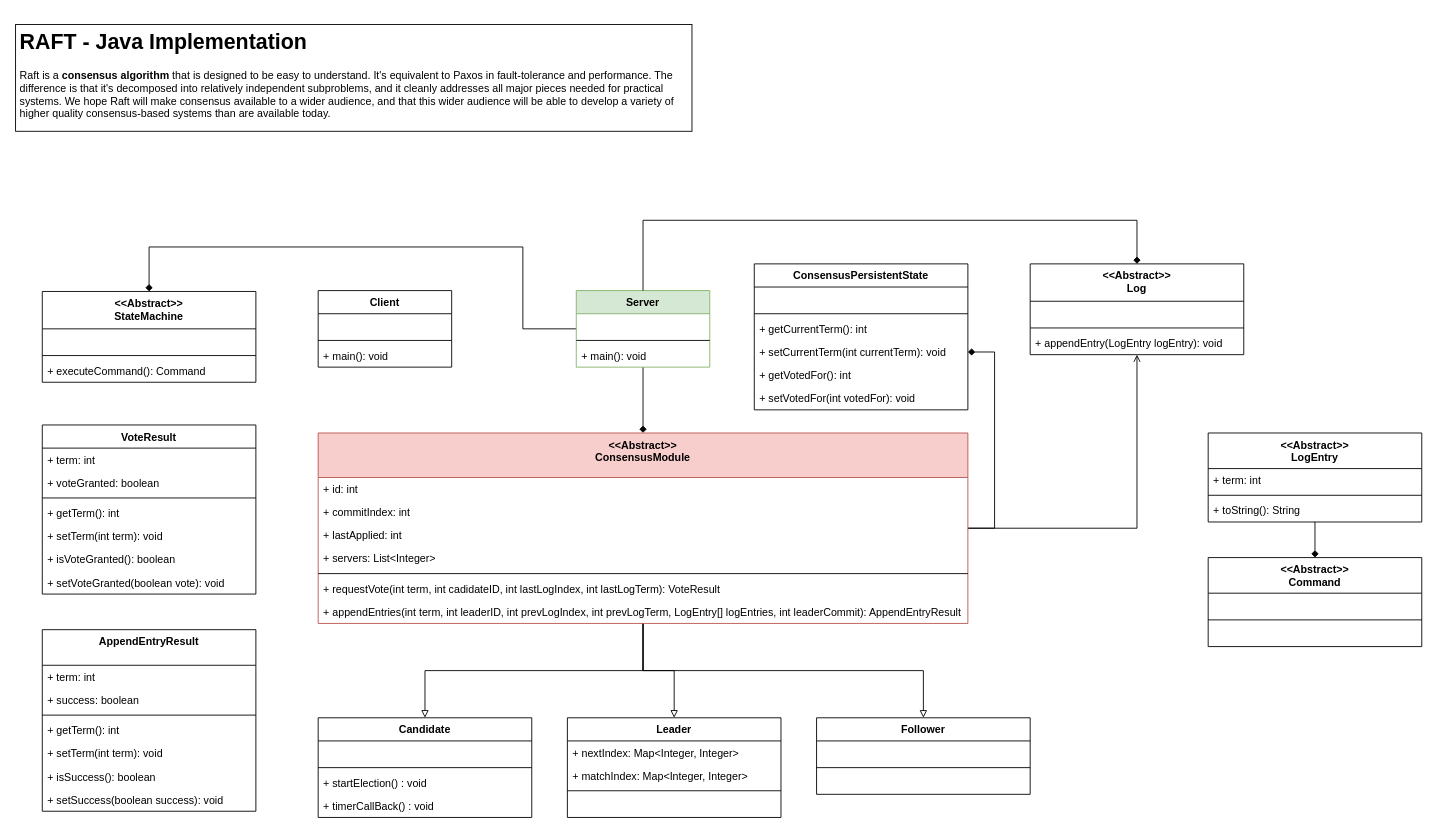
This is Notes/RAFT - Java.drawio from GiovanniBaccichet/RAFT, a draw.io file, before an edit. Source tidied: cells renumbered, new cells numbered last; positions are measured from the earlier drawing's top-left corner, leaving out a move shared by most shapes. Both pictures are drawn from the tidied source at 89%, with x=0, y=0 at pixel (15, 24).
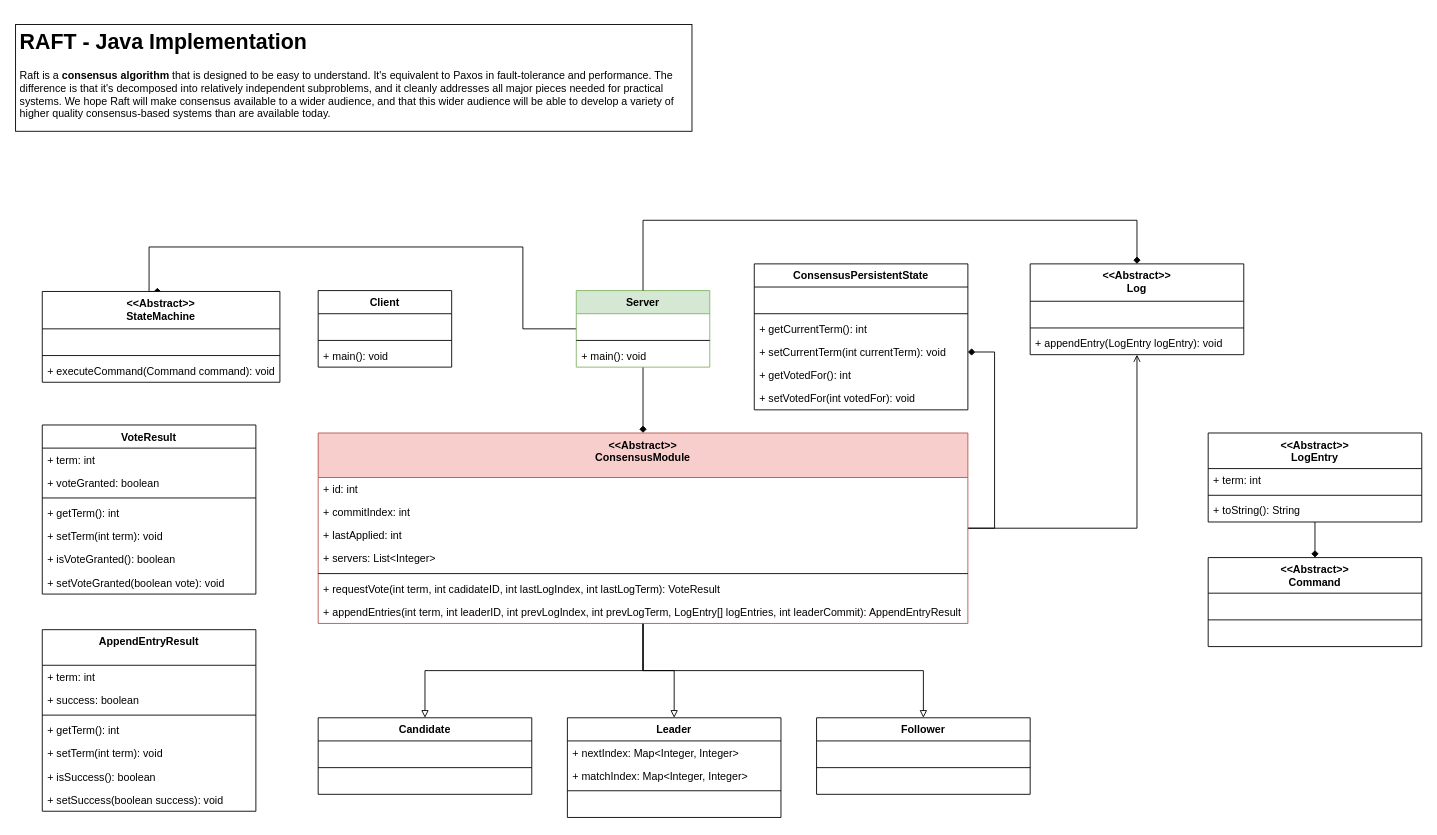
After the change.

Commit message (it also covers changes not shown here):
Final skeleton + updated UML diagram

Change to the diagram source:
```diff
@@
     <mxCell id="2" value="Candidate" style="swimlane;fontStyle=1;align=center;verticalAlign=top;horizontal=1;startSize=26;" parent="1" vertex="1">
-      <mxGeometry x="340" y="779" width="240" height="112" as="geometry" />
+      <mxGeometry x="340" y="779" width="240" height="86" as="geometry" />
     </mxCell>
@@
-    <mxCell id="5" value="+ startElection() : void" style="text;strokeColor=none;fillColor=none;align=left;verticalAlign=top;spacingLeft=4;spacingRight=4;overflow=hidden;" parent="2" vertex="1">
+    <mxCell id="5" value=" " style="text;strokeColor=none;fillColor=none;align=left;verticalAlign=top;spacingLeft=4;spacingRight=4;overflow=hidden;" parent="2" vertex="1">
       <mxGeometry y="60" width="240" height="26" as="geometry" />
     </mxCell>
-    <mxCell id="6" value="+ timerCallBack() : void" style="text;strokeColor=none;fillColor=none;align=left;verticalAlign=top;spacingLeft=4;spacingRight=4;overflow=hidden;" parent="2" vertex="1">
-      <mxGeometry y="86" width="240" height="26" as="geometry" />
-    </mxCell>
@@
     <mxCell id="77" value="&lt;&lt;Abstract&gt;&gt;&#10;StateMachine" style="swimlane;fontStyle=1;align=center;verticalAlign=top;horizontal=1;startSize=42;labelBackgroundColor=none;fontFamily=Helvetica;fontSize=12;fontColor=#000000;strokeColor=default;" parent="1" vertex="1">
-      <mxGeometry x="30" y="300" width="240" height="102" as="geometry" />
+      <mxGeometry x="30" y="300" width="267" height="102" as="geometry" />
     </mxCell>
     <mxCell id="78" value=" " style="text;strokeColor=none;fillColor=none;align=left;verticalAlign=top;spacingLeft=4;spacingRight=4;overflow=hidden;labelBackgroundColor=none;fontFamily=Helvetica;fontSize=12;fontColor=#000000;" parent="77" vertex="1">
-      <mxGeometry y="42" width="240" height="26" as="geometry" />
+      <mxGeometry y="42" width="267" height="26" as="geometry" />
     </mxCell>
     <mxCell id="79" style="line;strokeWidth=1;fillColor=none;align=left;verticalAlign=middle;spacingTop=-1;spacingLeft=3;spacingRight=3;labelPosition=right;labelBackgroundColor=none;fontFamily=Helvetica;fontSize=12;fontColor=#000000;" parent="77" vertex="1">
-      <mxGeometry y="68" width="240" height="8" as="geometry" />
+      <mxGeometry y="68" width="267" height="8" as="geometry" />
     </mxCell>
-    <mxCell id="80" value="+ executeCommand(): Command" style="text;strokeColor=none;fillColor=none;align=left;verticalAlign=top;spacingLeft=4;spacingRight=4;overflow=hidden;labelBackgroundColor=none;fontFamily=Helvetica;fontSize=12;fontColor=#000000;" parent="77" vertex="1">
-      <mxGeometry y="76" width="240" height="26" as="geometry" />
+    <mxCell id="80" value="+ executeCommand(Command command): void" style="text;strokeColor=none;fillColor=none;align=left;verticalAlign=top;spacingLeft=4;spacingRight=4;overflow=hidden;labelBackgroundColor=none;fontFamily=Helvetica;fontSize=12;fontColor=#000000;" parent="77" vertex="1">
+      <mxGeometry y="76" width="267" height="26" as="geometry" />
     </mxCell>
```
